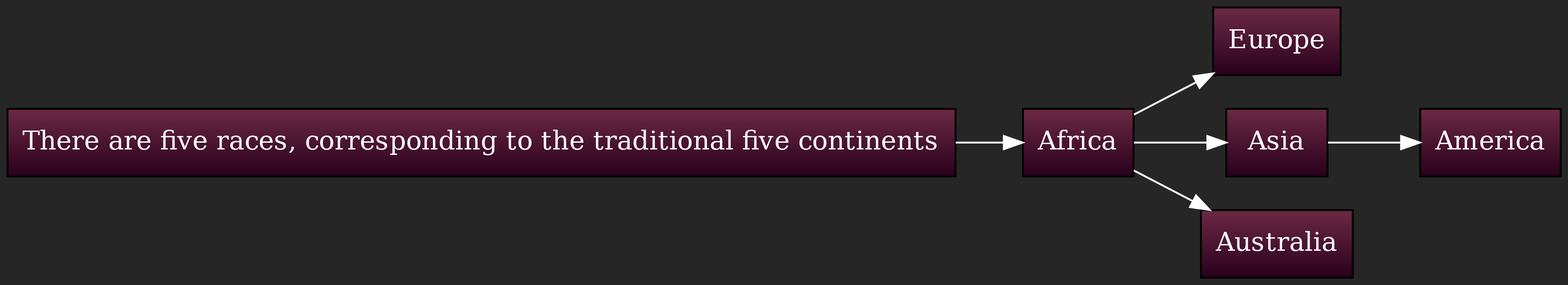
Before: graphs/There_are_five_races,_corresponding_to_the_traditional_five_continents.png, a diagram exported from Graphviz (julianfl0w/Deism). Its source is kept beside it as graphs/There_are_five_races,_corresponding_to_the_traditional_five_continents.dot. The source it was exported from:
```dot
digraph D {
rankdir = LR
style = filled
fontcolor = white
color = white
bgcolor = "#262626"
gradientangle = 0
dpi = 300
"cluster_60" [rankdir=LR, shape=box, color=black, fontcolor=white, fillcolor="#6C2944:#29001C", style=filled, gradientangle=270.05, label="There are five races, corresponding to the traditional five continents"]
"cluster_61" [rankdir=LR, shape=box, color=black, fontcolor=white, fillcolor="#6C2944:#29001C", style=filled, gradientangle=270.05, label="Africa"]
"cluster_62" [rankdir=LR, shape=box, color=black, fontcolor=white, fillcolor="#6C2944:#29001C", style=filled, gradientangle=270.05, label="Europe"]
"cluster_61" -> "cluster_62" [color=white, penwidth=1, ltail="cluster_61", lhead="cluster_62"]
"cluster_63" [rankdir=LR, shape=box, color=black, fontcolor=white, fillcolor="#6C2944:#29001C", style=filled, gradientangle=270.05, label="Asia"]
"cluster_64" [rankdir=LR, shape=box, color=black, fontcolor=white, fillcolor="#6C2944:#29001C", style=filled, gradientangle=270.05, label="America"]
"cluster_63" -> "cluster_64" [color=white, penwidth=1, ltail="cluster_63", lhead="cluster_64"]
"cluster_61" -> "cluster_63" [color=white, penwidth=1, ltail="cluster_63", lhead="cluster_64"]
"cluster_65" [rankdir=LR, shape=box, color=black, fontcolor=white, fillcolor="#6C2944:#29001C", style=filled, gradientangle=270.05, label="Australia"]
"cluster_61" -> "cluster_65" [color=white, penwidth=1, ltail="cluster_61", lhead="cluster_65"]
"cluster_60" -> "cluster_61" [color=white, penwidth=1, ltail="cluster_61", lhead="cluster_65"]
}
```
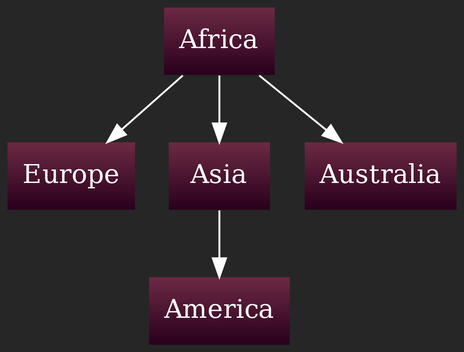
Later version of the same file.

The edit, as a diff of the source:
```diff
@@ -1,20 +1,18 @@
 digraph D {
-rankdir = LR
+rankdir = TB
 style = filled
 fontcolor = white
 color = white
 bgcolor = "#262626"
 gradientangle = 0
 dpi = 300
-"cluster_60" [rankdir=LR, shape=box, color=black, fontcolor=white, fillcolor="#6C2944:#29001C", style=filled, gradientangle=270.05, label="There are five races, corresponding to the traditional five continents"]
-"cluster_61" [rankdir=LR, shape=box, color=black, fontcolor=white, fillcolor="#6C2944:#29001C", style=filled, gradientangle=270.05, label="Africa"]
-"cluster_62" [rankdir=LR, shape=box, color=black, fontcolor=white, fillcolor="#6C2944:#29001C", style=filled, gradientangle=270.05, label="Europe"]
-"cluster_61" -> "cluster_62" [color=white, penwidth=1, ltail="cluster_61", lhead="cluster_62"]
-"cluster_63" [rankdir=LR, shape=box, color=black, fontcolor=white, fillcolor="#6C2944:#29001C", style=filled, gradientangle=270.05, label="Asia"]
-"cluster_64" [rankdir=LR, shape=box, color=black, fontcolor=white, fillcolor="#6C2944:#29001C", style=filled, gradientangle=270.05, label="America"]
-"cluster_63" -> "cluster_64" [color=white, penwidth=1, ltail="cluster_63", lhead="cluster_64"]
-"cluster_61" -> "cluster_63" [color=white, penwidth=1, ltail="cluster_63", lhead="cluster_64"]
-"cluster_65" [rankdir=LR, shape=box, color=black, fontcolor=white, fillcolor="#6C2944:#29001C", style=filled, gradientangle=270.05, label="Australia"]
-"cluster_61" -> "cluster_65" [color=white, penwidth=1, ltail="cluster_61", lhead="cluster_65"]
-"cluster_60" -> "cluster_61" [color=white, penwidth=1, ltail="cluster_61", lhead="cluster_65"]
+"cluster_55" [rankdir=TB, shape=box, penwidth=0, color=black, fontcolor=white, fillcolor="#6C2944:#29001C", style=filled, gradientangle=270.05, label="Africa"]
+"cluster_56" [rankdir=TB, shape=box, penwidth=0, color=black, fontcolor=white, fillcolor="#6C2944:#29001C", style=filled, gradientangle=270.05, label="Europe"]
+"cluster_55" -> "cluster_56" [color=white, penwidth=1, ltail="cluster_55", lhead="cluster_56"]
+"cluster_57" [rankdir=TB, shape=box, penwidth=0, color=black, fontcolor=white, fillcolor="#6C2944:#29001C", style=filled, gradientangle=270.05, label="Asia"]
+"cluster_58" [rankdir=TB, shape=box, penwidth=0, color=black, fontcolor=white, fillcolor="#6C2944:#29001C", style=filled, gradientangle=270.05, label="America"]
+"cluster_57" -> "cluster_58" [color=white, penwidth=1, ltail="cluster_57", lhead="cluster_58"]
+"cluster_55" -> "cluster_57" [color=white, penwidth=1, ltail="cluster_57", lhead="cluster_58"]
+"cluster_59" [rankdir=TB, shape=box, penwidth=0, color=black, fontcolor=white, fillcolor="#6C2944:#29001C", style=filled, gradientangle=270.05, label="Australia"]
+"cluster_55" -> "cluster_59" [color=white, penwidth=1, ltail="cluster_55", lhead="cluster_59"]
 }
```
